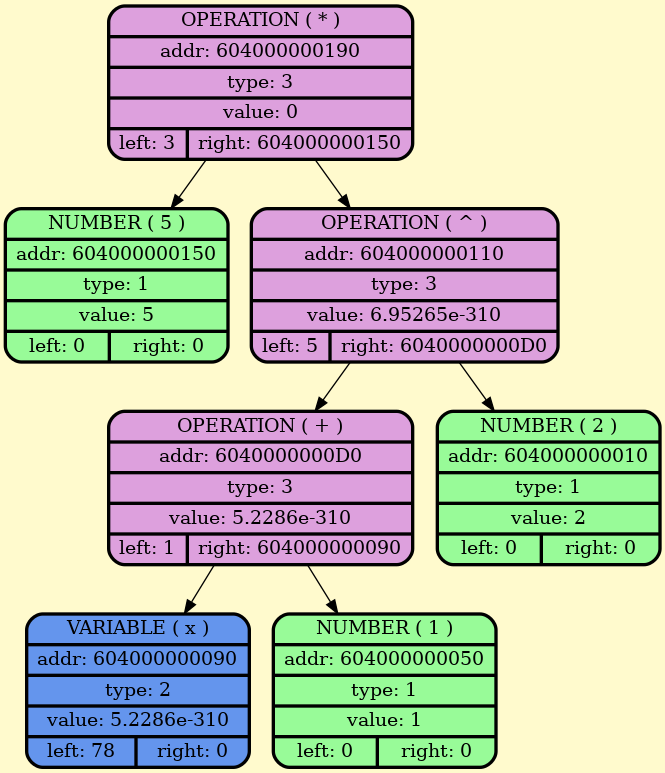
The Graphviz diagram dump/root.png in BulgakovDmitry/differentiator, before a commit. Its source is kept beside it as dump/root.gv. Its diagram source:
```dot
digraph G {
    node [style=filled, fontcolor=darkblue, fillcolor=peachpuff, color="#252A34", penwidth=2.5];
    bgcolor="lemonchiffon";

node_0x604000000190 [shape=Mrecord; style = filled; fillcolor=plum; color = "#000000"; fontcolor = "#000000";label=" {OPERATION ( * ) | addr: 604000000190 | type: 3 | value: 0 | {left: 3 | right: 604000000150}} "];
    node_0x604000000150 [shape=Mrecord; style = filled; fillcolor = palegreen; color = "#000000"; fontcolor = "#000000";  label="  {NUMBER ( 5 )| addr: 604000000150 | type: 1| value: 5 | {left: 0 | right: 0}} "];
node_0x604000000110 [shape=Mrecord; style = filled; fillcolor=plum; color = "#000000"; fontcolor = "#000000";label=" {OPERATION ( ^ ) | addr: 604000000110 | type: 3 | value: 6.95265e-310 | {left: 5 | right: 6040000000D0}} "];
node_0x6040000000d0 [shape=Mrecord; style = filled; fillcolor=plum; color = "#000000"; fontcolor = "#000000";label=" {OPERATION ( + ) | addr: 6040000000D0 | type: 3 | value: 5.2286e-310 | {left: 1 | right: 604000000090}} "];
    node_0x604000000090 [shape=Mrecord; style = filled; fillcolor = cornflowerblue; color = "#000000"; fontcolor = "#000000";  label="  {VARIABLE ( x )| addr: 604000000090 | type: 2| value: 5.2286e-310 | {left: 78 | right: 0}} "];
    node_0x604000000050 [shape=Mrecord; style = filled; fillcolor = palegreen; color = "#000000"; fontcolor = "#000000";  label="  {NUMBER ( 1 )| addr: 604000000050 | type: 1| value: 1 | {left: 0 | right: 0}} "];
    node_0x604000000010 [shape=Mrecord; style = filled; fillcolor = palegreen; color = "#000000"; fontcolor = "#000000";  label="  {NUMBER ( 2 )| addr: 604000000010 | type: 1| value: 2 | {left: 0 | right: 0}} "];
    node_0x604000000190 -> node_0x604000000150;
    node_0x604000000190 -> node_0x604000000110;
    node_0x604000000110 -> node_0x6040000000d0;
    node_0x6040000000d0 -> node_0x604000000090;
    node_0x6040000000d0 -> node_0x604000000050;
    node_0x604000000110 -> node_0x604000000010;
}
```
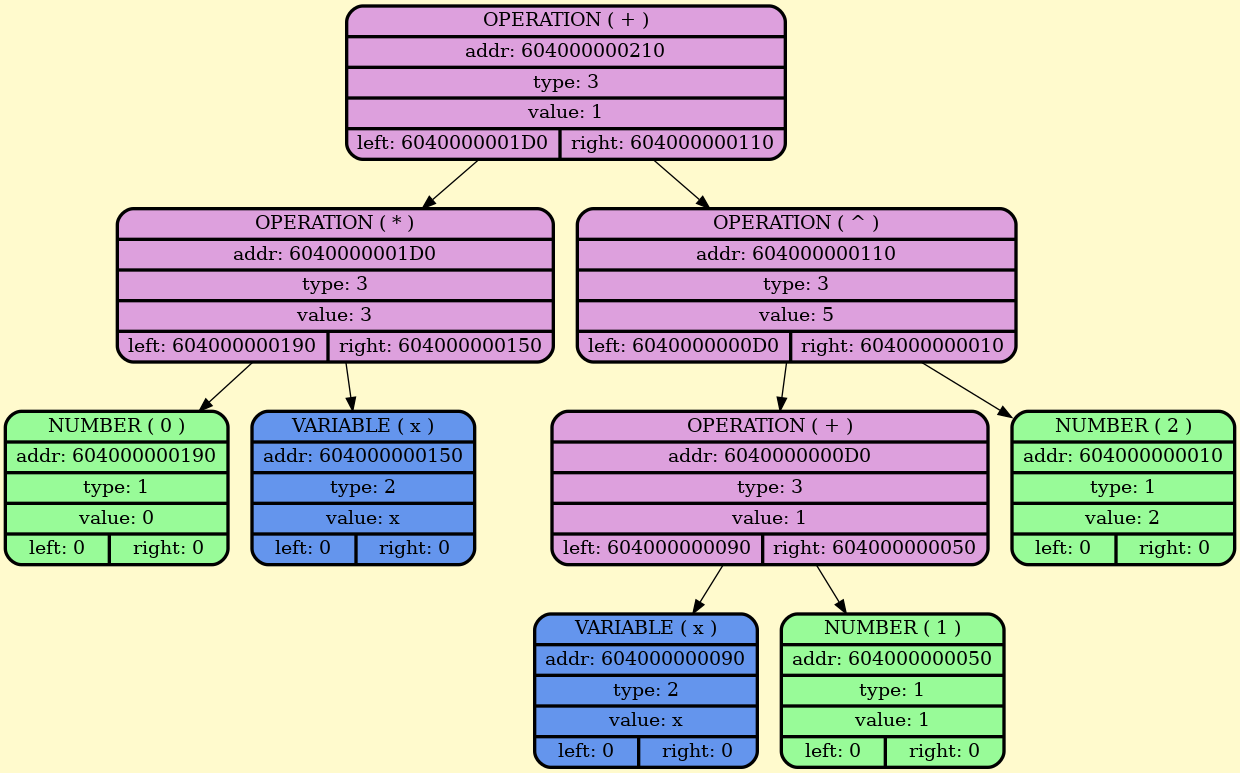
The same diagram one commit later.

What changed in the source:
```diff
@@ -2,15 +2,19 @@
     node [style=filled, fontcolor=darkblue, fillcolor=peachpuff, color="#252A34", penwidth=2.5];
     bgcolor="lemonchiffon";
 
-node_0x604000000190 [shape=Mrecord; style = filled; fillcolor=plum; color = "#000000"; fontcolor = "#000000";label=" {OPERATION ( * ) | addr: 604000000190 | type: 3 | value: 0 | {left: 3 | right: 604000000150}} "];
-    node_0x604000000150 [shape=Mrecord; style = filled; fillcolor = palegreen; color = "#000000"; fontcolor = "#000000";  label="  {NUMBER ( 5 )| addr: 604000000150 | type: 1| value: 5 | {left: 0 | right: 0}} "];
-node_0x604000000110 [shape=Mrecord; style = filled; fillcolor=plum; color = "#000000"; fontcolor = "#000000";label=" {OPERATION ( ^ ) | addr: 604000000110 | type: 3 | value: 6.95265e-310 | {left: 5 | right: 6040000000D0}} "];
-node_0x6040000000d0 [shape=Mrecord; style = filled; fillcolor=plum; color = "#000000"; fontcolor = "#000000";label=" {OPERATION ( + ) | addr: 6040000000D0 | type: 3 | value: 5.2286e-310 | {left: 1 | right: 604000000090}} "];
-    node_0x604000000090 [shape=Mrecord; style = filled; fillcolor = cornflowerblue; color = "#000000"; fontcolor = "#000000";  label="  {VARIABLE ( x )| addr: 604000000090 | type: 2| value: 5.2286e-310 | {left: 78 | right: 0}} "];
+node_0x604000000210 [shape=Mrecord; style = filled; fillcolor=plum; color = "#000000"; fontcolor = "#000000";label=" {OPERATION ( + ) | addr: 604000000210 | type: 3 | value: 1 | {left: 6040000001D0 | right: 604000000110}} "];
+node_0x6040000001d0 [shape=Mrecord; style = filled; fillcolor=plum; color = "#000000"; fontcolor = "#000000";label=" {OPERATION ( * ) | addr: 6040000001D0 | type: 3 | value: 3 | {left: 604000000190 | right: 604000000150}} "];
+    node_0x604000000190 [shape=Mrecord; style = filled; fillcolor = palegreen; color = "#000000"; fontcolor = "#000000";  label="  {NUMBER ( 0 )| addr: 604000000190 | type: 1| value: 0 | {left: 0 | right: 0}} "];
+    node_0x604000000150 [shape=Mrecord; style = filled; fillcolor = cornflowerblue; color = "#000000"; fontcolor = "#000000";  label="  {VARIABLE ( x )| addr: 604000000150 | type: 2| value: x | {left: 0 | right: 0}} "];
+node_0x604000000110 [shape=Mrecord; style = filled; fillcolor=plum; color = "#000000"; fontcolor = "#000000";label=" {OPERATION ( ^ ) | addr: 604000000110 | type: 3 | value: 5 | {left: 6040000000D0 | right: 604000000010}} "];
+node_0x6040000000d0 [shape=Mrecord; style = filled; fillcolor=plum; color = "#000000"; fontcolor = "#000000";label=" {OPERATION ( + ) | addr: 6040000000D0 | type: 3 | value: 1 | {left: 604000000090 | right: 604000000050}} "];
+    node_0x604000000090 [shape=Mrecord; style = filled; fillcolor = cornflowerblue; color = "#000000"; fontcolor = "#000000";  label="  {VARIABLE ( x )| addr: 604000000090 | type: 2| value: x | {left: 0 | right: 0}} "];
     node_0x604000000050 [shape=Mrecord; style = filled; fillcolor = palegreen; color = "#000000"; fontcolor = "#000000";  label="  {NUMBER ( 1 )| addr: 604000000050 | type: 1| value: 1 | {left: 0 | right: 0}} "];
     node_0x604000000010 [shape=Mrecord; style = filled; fillcolor = palegreen; color = "#000000"; fontcolor = "#000000";  label="  {NUMBER ( 2 )| addr: 604000000010 | type: 1| value: 2 | {left: 0 | right: 0}} "];
-    node_0x604000000190 -> node_0x604000000150;
-    node_0x604000000190 -> node_0x604000000110;
+    node_0x604000000210 -> node_0x6040000001d0;
+    node_0x6040000001d0 -> node_0x604000000190;
+    node_0x6040000001d0 -> node_0x604000000150;
+    node_0x604000000210 -> node_0x604000000110;
     node_0x604000000110 -> node_0x6040000000d0;
     node_0x6040000000d0 -> node_0x604000000090;
     node_0x6040000000d0 -> node_0x604000000050;
```
